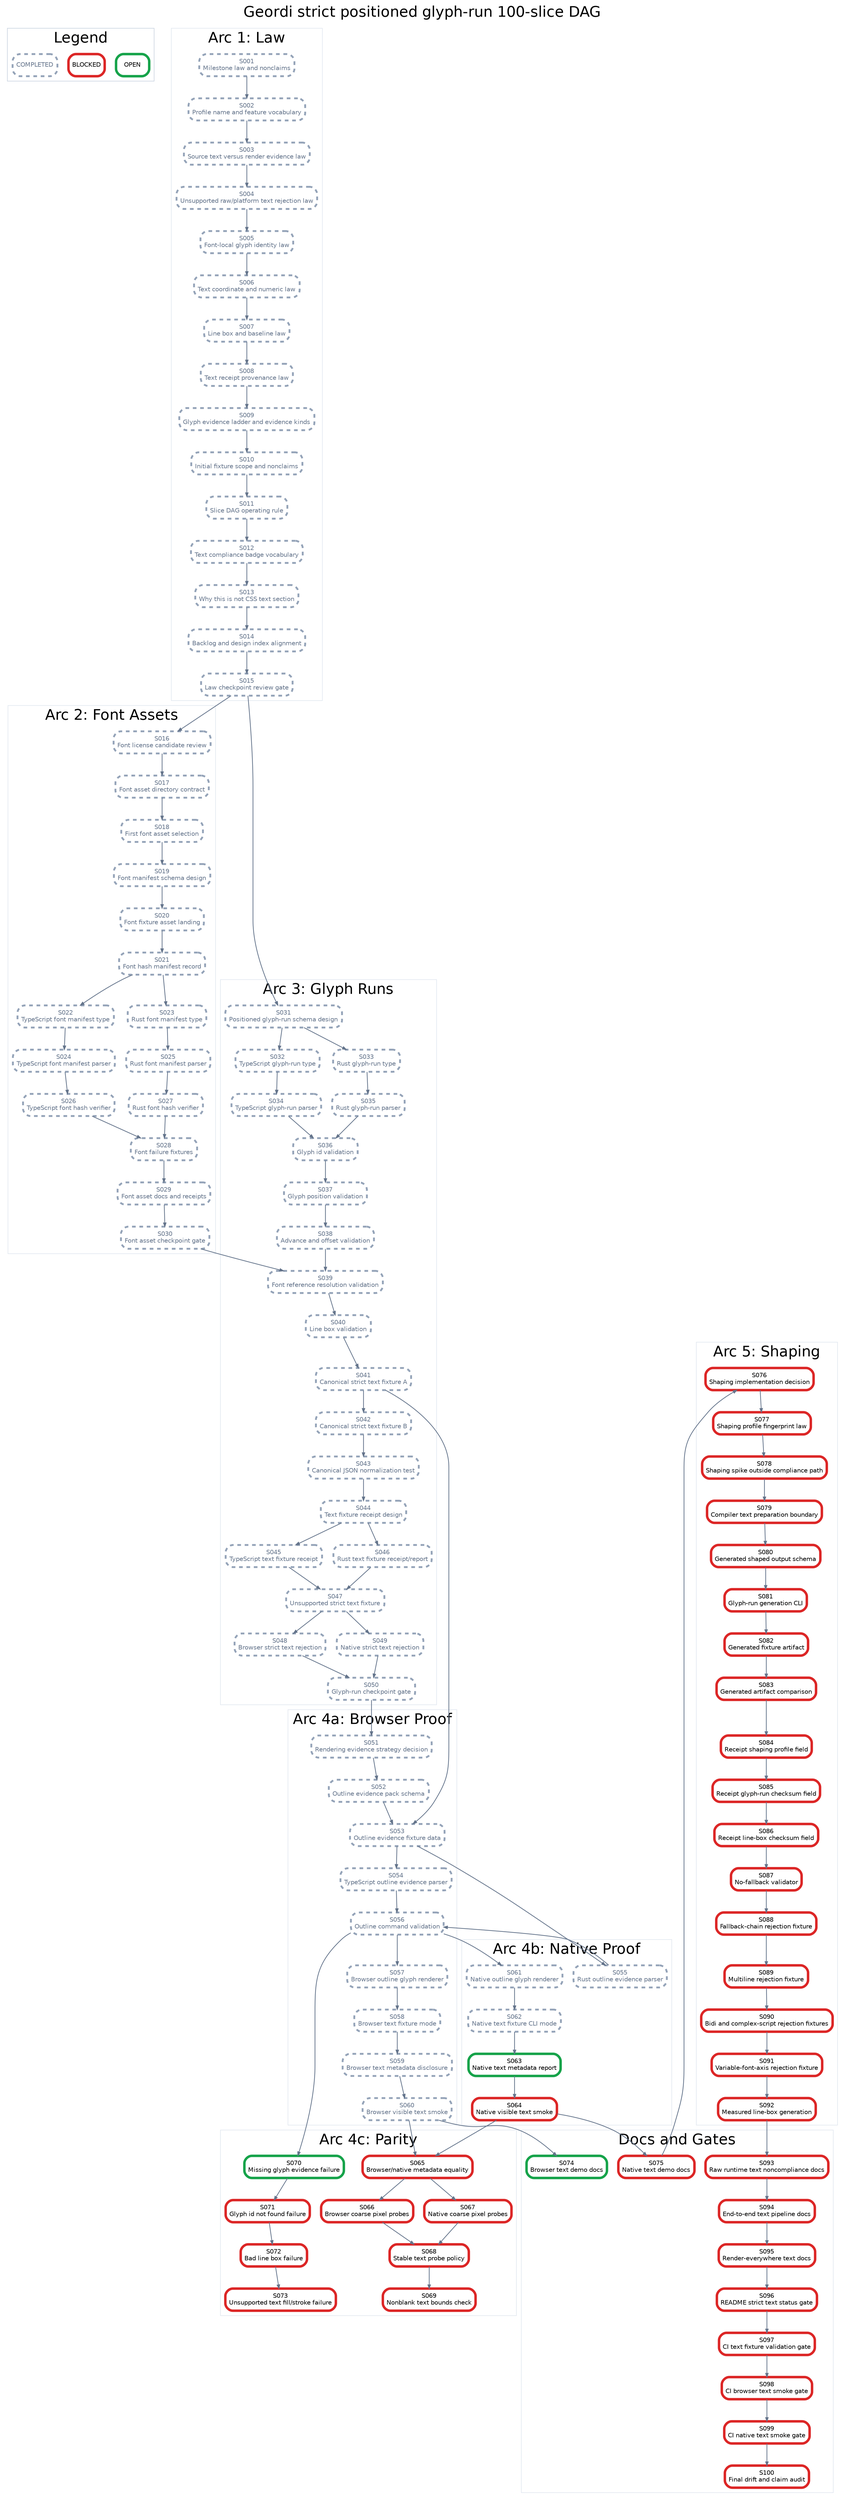
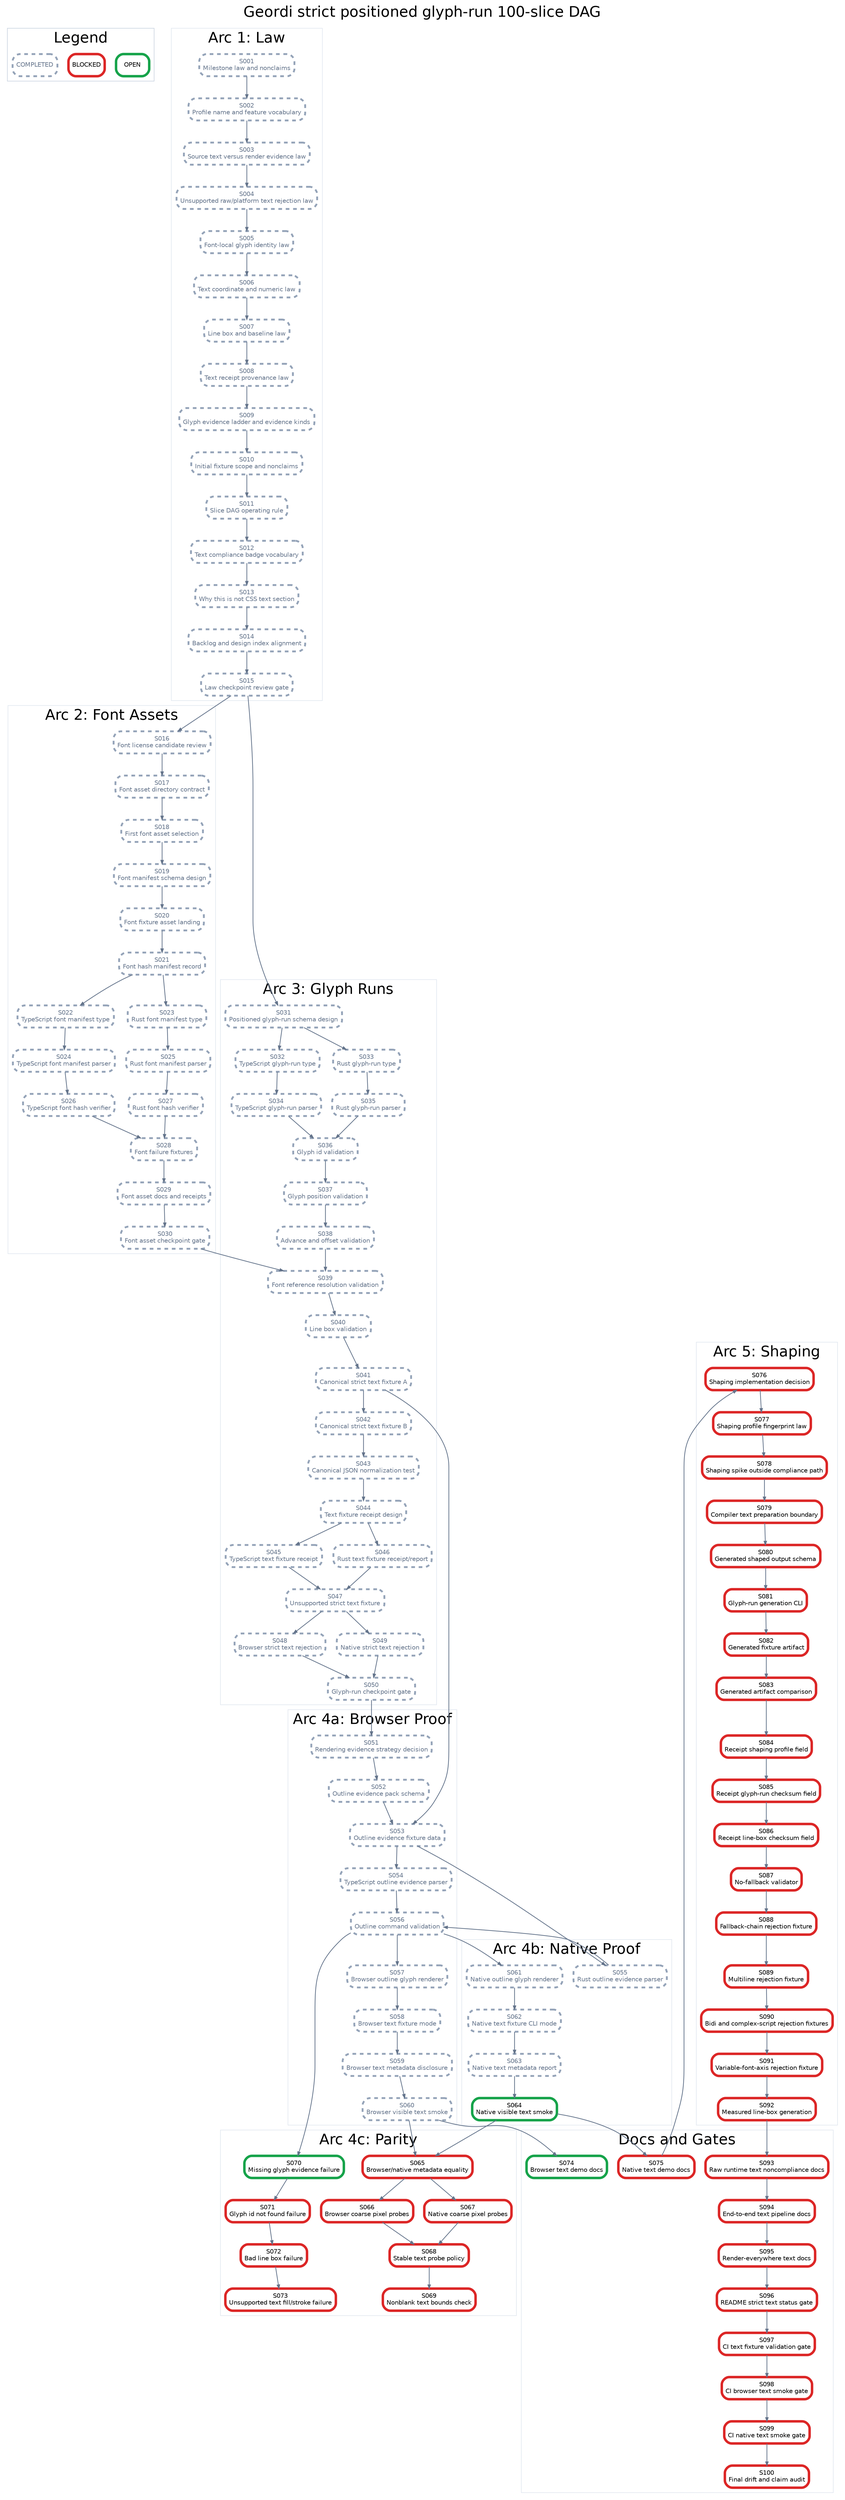
digraph StrictPositionedGlyphRunPlan {
  graph [rankdir=TB, bgcolor="white", fontname="Helvetica", label="Geordi strict positioned glyph-run 100-slice DAG", labelloc="t", fontsize=24];
  node [shape=box, style="rounded,filled", fillcolor="white", fontname="Helvetica", fontsize=10, margin="0.08,0.05"];
  edge [color="#64748b", arrowsize=0.6, penwidth=1.2];

  subgraph cluster_legend {
    label="Legend";
    color="#cbd5e1";
    legend_open [label="OPEN", color="#16a34a", penwidth=4];
    legend_blocked [label="BLOCKED", color="#dc2626", penwidth=4];
    legend_done [label="COMPLETED", color="#94a3b8", penwidth=3, style="rounded,filled,dashed", fontcolor="#64748b"];
  }

  subgraph cluster_law {
    label="Arc 1: Law";
    color="#e2e8f0";
    S001 [label="S001\nMilestone law and nonclaims", color="#94a3b8", penwidth=3, style="rounded,filled,dashed", fontcolor="#64748b"];
    S002 [label="S002\nProfile name and feature vocabulary", color="#94a3b8", penwidth=3, style="rounded,filled,dashed", fontcolor="#64748b"];
    S003 [label="S003\nSource text versus render evidence law", color="#94a3b8", penwidth=3, style="rounded,filled,dashed", fontcolor="#64748b"];
    S004 [label="S004\nUnsupported raw/platform text rejection law", color="#94a3b8", penwidth=3, style="rounded,filled,dashed", fontcolor="#64748b"];
    S005 [label="S005\nFont-local glyph identity law", color="#94a3b8", penwidth=3, style="rounded,filled,dashed", fontcolor="#64748b"];
    S006 [label="S006\nText coordinate and numeric law", color="#94a3b8", penwidth=3, style="rounded,filled,dashed", fontcolor="#64748b"];
    S007 [label="S007\nLine box and baseline law", color="#94a3b8", penwidth=3, style="rounded,filled,dashed", fontcolor="#64748b"];
    S008 [label="S008\nText receipt provenance law", color="#94a3b8", penwidth=3, style="rounded,filled,dashed", fontcolor="#64748b"];
    S009 [label="S009\nGlyph evidence ladder and evidence kinds", color="#94a3b8", penwidth=3, style="rounded,filled,dashed", fontcolor="#64748b"];
    S010 [label="S010\nInitial fixture scope and nonclaims", color="#94a3b8", penwidth=3, style="rounded,filled,dashed", fontcolor="#64748b"];
    S011 [label="S011\nSlice DAG operating rule", color="#94a3b8", penwidth=3, style="rounded,filled,dashed", fontcolor="#64748b"];
    S012 [label="S012\nText compliance badge vocabulary", color="#94a3b8", penwidth=3, style="rounded,filled,dashed", fontcolor="#64748b"];
    S013 [label="S013\nWhy this is not CSS text section", color="#94a3b8", penwidth=3, style="rounded,filled,dashed", fontcolor="#64748b"];
    S014 [label="S014\nBacklog and design index alignment", color="#94a3b8", penwidth=3, style="rounded,filled,dashed", fontcolor="#64748b"];
    S015 [label="S015\nLaw checkpoint review gate", color="#94a3b8", penwidth=3, style="rounded,filled,dashed", fontcolor="#64748b"];
  }

  subgraph cluster_assets {
    label="Arc 2: Font Assets";
    color="#e2e8f0";
    S016 [label="S016\nFont license candidate review", color="#94a3b8", penwidth=3, style="rounded,filled,dashed", fontcolor="#64748b"];
    S017 [label="S017\nFont asset directory contract", color="#94a3b8", penwidth=3, style="rounded,filled,dashed", fontcolor="#64748b"];
    S018 [label="S018\nFirst font asset selection", color="#94a3b8", penwidth=3, style="rounded,filled,dashed", fontcolor="#64748b"];
    S019 [label="S019\nFont manifest schema design", color="#94a3b8", penwidth=3, style="rounded,filled,dashed", fontcolor="#64748b"];
    S020 [label="S020\nFont fixture asset landing", color="#94a3b8", penwidth=3, style="rounded,filled,dashed", fontcolor="#64748b"];
    S021 [label="S021\nFont hash manifest record", color="#94a3b8", penwidth=3, style="rounded,filled,dashed", fontcolor="#64748b"];
    S022 [label="S022\nTypeScript font manifest type", color="#94a3b8", penwidth=3, style="rounded,filled,dashed", fontcolor="#64748b"];
    S023 [label="S023\nRust font manifest type", color="#94a3b8", penwidth=3, style="rounded,filled,dashed", fontcolor="#64748b"];
    S024 [label="S024\nTypeScript font manifest parser", color="#94a3b8", penwidth=3, style="rounded,filled,dashed", fontcolor="#64748b"];
    S025 [label="S025\nRust font manifest parser", color="#94a3b8", penwidth=3, style="rounded,filled,dashed", fontcolor="#64748b"];
    S026 [label="S026\nTypeScript font hash verifier", color="#94a3b8", penwidth=3, style="rounded,filled,dashed", fontcolor="#64748b"];
    S027 [label="S027\nRust font hash verifier", color="#94a3b8", penwidth=3, style="rounded,filled,dashed", fontcolor="#64748b"];
    S028 [label="S028\nFont failure fixtures", color="#94a3b8", penwidth=3, style="rounded,filled,dashed", fontcolor="#64748b"];
    S029 [label="S029\nFont asset docs and receipts", color="#94a3b8", penwidth=3, style="rounded,filled,dashed", fontcolor="#64748b"];
    S030 [label="S030\nFont asset checkpoint gate", color="#94a3b8", penwidth=3, style="rounded,filled,dashed", fontcolor="#64748b"];
  }

  subgraph cluster_glyph {
    label="Arc 3: Glyph Runs";
    color="#e2e8f0";
    S031 [label="S031\nPositioned glyph-run schema design", color="#94a3b8", penwidth=3, style="rounded,filled,dashed", fontcolor="#64748b"];
    S032 [label="S032\nTypeScript glyph-run type", color="#94a3b8", penwidth=3, style="rounded,filled,dashed", fontcolor="#64748b"];
    S033 [label="S033\nRust glyph-run type", color="#94a3b8", penwidth=3, style="rounded,filled,dashed", fontcolor="#64748b"];
    S034 [label="S034\nTypeScript glyph-run parser", color="#94a3b8", penwidth=3, style="rounded,filled,dashed", fontcolor="#64748b"];
    S035 [label="S035\nRust glyph-run parser", color="#94a3b8", penwidth=3, style="rounded,filled,dashed", fontcolor="#64748b"];
    S036 [label="S036\nGlyph id validation", color="#94a3b8", penwidth=3, style="rounded,filled,dashed", fontcolor="#64748b"];
    S037 [label="S037\nGlyph position validation", color="#94a3b8", penwidth=3, style="rounded,filled,dashed", fontcolor="#64748b"];
    S038 [label="S038\nAdvance and offset validation", color="#94a3b8", penwidth=3, style="rounded,filled,dashed", fontcolor="#64748b"];
    S039 [label="S039\nFont reference resolution validation", color="#94a3b8", penwidth=3, style="rounded,filled,dashed", fontcolor="#64748b"];
    S040 [label="S040\nLine box validation", color="#94a3b8", penwidth=3, style="rounded,filled,dashed", fontcolor="#64748b"];
    S041 [label="S041\nCanonical strict text fixture A", color="#94a3b8", penwidth=3, style="rounded,filled,dashed", fontcolor="#64748b"];
    S042 [label="S042\nCanonical strict text fixture B", color="#94a3b8", penwidth=3, style="rounded,filled,dashed", fontcolor="#64748b"];
    S043 [label="S043\nCanonical JSON normalization test", color="#94a3b8", penwidth=3, style="rounded,filled,dashed", fontcolor="#64748b"];
    S044 [label="S044\nText fixture receipt design", color="#94a3b8", penwidth=3, style="rounded,filled,dashed", fontcolor="#64748b"];
    S045 [label="S045\nTypeScript text fixture receipt", color="#94a3b8", penwidth=3, style="rounded,filled,dashed", fontcolor="#64748b"];
    S046 [label="S046\nRust text fixture receipt/report", color="#94a3b8", penwidth=3, style="rounded,filled,dashed", fontcolor="#64748b"];
    S047 [label="S047\nUnsupported strict text fixture", color="#94a3b8", penwidth=3, style="rounded,filled,dashed", fontcolor="#64748b"];
    S048 [label="S048\nBrowser strict text rejection", color="#94a3b8", penwidth=3, style="rounded,filled,dashed", fontcolor="#64748b"];
    S049 [label="S049\nNative strict text rejection", color="#94a3b8", penwidth=3, style="rounded,filled,dashed", fontcolor="#64748b"];
    S050 [label="S050\nGlyph-run checkpoint gate", color="#94a3b8", penwidth=3, style="rounded,filled,dashed", fontcolor="#64748b"];
  }

  subgraph cluster_browser {
    label="Arc 4a: Browser Proof";
    color="#e2e8f0";
    S051 [label="S051\nRendering evidence strategy decision", color="#94a3b8", penwidth=3, style="rounded,filled,dashed", fontcolor="#64748b"];
    S052 [label="S052\nOutline evidence pack schema", color="#94a3b8", penwidth=3, style="rounded,filled,dashed", fontcolor="#64748b"];
    S053 [label="S053\nOutline evidence fixture data", color="#94a3b8", penwidth=3, style="rounded,filled,dashed", fontcolor="#64748b"];
    S054 [label="S054\nTypeScript outline evidence parser", color="#94a3b8", penwidth=3, style="rounded,filled,dashed", fontcolor="#64748b"];
    S056 [label="S056\nOutline command validation", color="#94a3b8", penwidth=3, style="rounded,filled,dashed", fontcolor="#64748b"];
    S057 [label="S057\nBrowser outline glyph renderer", color="#94a3b8", penwidth=3, style="rounded,filled,dashed", fontcolor="#64748b"];
    S058 [label="S058\nBrowser text fixture mode", color="#94a3b8", penwidth=3, style="rounded,filled,dashed", fontcolor="#64748b"];
    S059 [label="S059\nBrowser text metadata disclosure", color="#94a3b8", penwidth=3, style="rounded,filled,dashed", fontcolor="#64748b"];
    S060 [label="S060\nBrowser visible text smoke", color="#94a3b8", penwidth=3, style="rounded,filled,dashed", fontcolor="#64748b"];
  }

  subgraph cluster_native {
    label="Arc 4b: Native Proof";
    color="#e2e8f0";
    S055 [label="S055\nRust outline evidence parser", color="#94a3b8", penwidth=3, style="rounded,filled,dashed", fontcolor="#64748b"];
    S061 [label="S061\nNative outline glyph renderer", color="#94a3b8", penwidth=3, style="rounded,filled,dashed", fontcolor="#64748b"];
    S062 [label="S062\nNative text fixture CLI mode", color="#94a3b8", penwidth=3, style="rounded,filled,dashed", fontcolor="#64748b"];
-     S063 [label="S063\nNative text metadata report", color="#16a34a", penwidth=4];
-     S064 [label="S064\nNative visible text smoke", color="#dc2626", penwidth=4];
+     S063 [label="S063\nNative text metadata report", color="#94a3b8", penwidth=3, style="rounded,filled,dashed", fontcolor="#64748b"];
+     S064 [label="S064\nNative visible text smoke", color="#16a34a", penwidth=4];
  }

  subgraph cluster_parity {
    label="Arc 4c: Parity";
    color="#e2e8f0";
    S065 [label="S065\nBrowser/native metadata equality", color="#dc2626", penwidth=4];
    S066 [label="S066\nBrowser coarse pixel probes", color="#dc2626", penwidth=4];
    S067 [label="S067\nNative coarse pixel probes", color="#dc2626", penwidth=4];
    S068 [label="S068\nStable text probe policy", color="#dc2626", penwidth=4];
    S069 [label="S069\nNonblank text bounds check", color="#dc2626", penwidth=4];
    S070 [label="S070\nMissing glyph evidence failure", color="#16a34a", penwidth=4];
    S071 [label="S071\nGlyph id not found failure", color="#dc2626", penwidth=4];
    S072 [label="S072\nBad line box failure", color="#dc2626", penwidth=4];
    S073 [label="S073\nUnsupported text fill/stroke failure", color="#dc2626", penwidth=4];
  }

  subgraph cluster_shaping {
    label="Arc 5: Shaping";
    color="#e2e8f0";
    S076 [label="S076\nShaping implementation decision", color="#dc2626", penwidth=4];
    S077 [label="S077\nShaping profile fingerprint law", color="#dc2626", penwidth=4];
    S078 [label="S078\nShaping spike outside compliance path", color="#dc2626", penwidth=4];
    S079 [label="S079\nCompiler text preparation boundary", color="#dc2626", penwidth=4];
    S080 [label="S080\nGenerated shaped output schema", color="#dc2626", penwidth=4];
    S081 [label="S081\nGlyph-run generation CLI", color="#dc2626", penwidth=4];
    S082 [label="S082\nGenerated fixture artifact", color="#dc2626", penwidth=4];
    S083 [label="S083\nGenerated artifact comparison", color="#dc2626", penwidth=4];
    S084 [label="S084\nReceipt shaping profile field", color="#dc2626", penwidth=4];
    S085 [label="S085\nReceipt glyph-run checksum field", color="#dc2626", penwidth=4];
    S086 [label="S086\nReceipt line-box checksum field", color="#dc2626", penwidth=4];
    S087 [label="S087\nNo-fallback validator", color="#dc2626", penwidth=4];
    S088 [label="S088\nFallback-chain rejection fixture", color="#dc2626", penwidth=4];
    S089 [label="S089\nMultiline rejection fixture", color="#dc2626", penwidth=4];
    S090 [label="S090\nBidi and complex-script rejection fixtures", color="#dc2626", penwidth=4];
    S091 [label="S091\nVariable-font-axis rejection fixture", color="#dc2626", penwidth=4];
    S092 [label="S092\nMeasured line-box generation", color="#dc2626", penwidth=4];
  }

  subgraph cluster_docs {
    label="Docs and Gates";
    color="#e2e8f0";
    S074 [label="S074\nBrowser text demo docs", color="#16a34a", penwidth=4];
    S075 [label="S075\nNative text demo docs", color="#dc2626", penwidth=4];
    S093 [label="S093\nRaw runtime text noncompliance docs", color="#dc2626", penwidth=4];
    S094 [label="S094\nEnd-to-end text pipeline docs", color="#dc2626", penwidth=4];
    S095 [label="S095\nRender-everywhere text docs", color="#dc2626", penwidth=4];
    S096 [label="S096\nREADME strict text status gate", color="#dc2626", penwidth=4];
    S097 [label="S097\nCI text fixture validation gate", color="#dc2626", penwidth=4];
    S098 [label="S098\nCI browser text smoke gate", color="#dc2626", penwidth=4];
    S099 [label="S099\nCI native text smoke gate", color="#dc2626", penwidth=4];
    S100 [label="S100\nFinal drift and claim audit", color="#dc2626", penwidth=4];
  }

  S001 -> S002;
  S002 -> S003;
  S003 -> S004;
  S004 -> S005;
  S005 -> S006;
  S006 -> S007;
  S007 -> S008;
  S008 -> S009;
  S009 -> S010;
  S010 -> S011;
  S011 -> S012;
  S012 -> S013;
  S013 -> S014;
  S014 -> S015;
  S015 -> S016;
  S016 -> S017;
  S017 -> S018;
  S018 -> S019;
  S019 -> S020;
  S020 -> S021;
  S021 -> S022;
  S021 -> S023;
  S022 -> S024;
  S023 -> S025;
  S024 -> S026;
  S025 -> S027;
  S026 -> S028;
  S027 -> S028;
  S028 -> S029;
  S029 -> S030;
  S015 -> S031;
  S031 -> S032;
  S031 -> S033;
  S032 -> S034;
  S033 -> S035;
  S034 -> S036;
  S035 -> S036;
  S036 -> S037;
  S037 -> S038;
  S038 -> S039;
  S039 -> S040;
  S030 -> S039;
  S040 -> S041;
  S041 -> S042;
  S042 -> S043;
  S043 -> S044;
  S044 -> S045;
  S044 -> S046;
  S045 -> S047;
  S046 -> S047;
  S047 -> S048;
  S047 -> S049;
  S048 -> S050;
  S049 -> S050;
  S050 -> S051;
  S051 -> S052;
  S052 -> S053;
  S041 -> S053;
  S053 -> S054;
  S053 -> S055;
  S054 -> S056;
  S055 -> S056;
  S056 -> S057;
  S057 -> S058;
  S058 -> S059;
  S059 -> S060;
  S056 -> S061;
  S061 -> S062;
  S062 -> S063;
  S063 -> S064;
  S060 -> S065;
  S064 -> S065;
  S065 -> S066;
  S065 -> S067;
  S066 -> S068;
  S067 -> S068;
  S068 -> S069;
  S056 -> S070;
  S070 -> S071;
  S071 -> S072;
  S072 -> S073;
  S060 -> S074;
  S064 -> S075;
  S075 -> S076;
  S076 -> S077;
  S077 -> S078;
  S078 -> S079;
  S079 -> S080;
  S080 -> S081;
  S081 -> S082;
  S082 -> S083;
  S083 -> S084;
  S084 -> S085;
  S085 -> S086;
  S086 -> S087;
  S087 -> S088;
  S088 -> S089;
  S089 -> S090;
  S090 -> S091;
  S091 -> S092;
  S092 -> S093;
  S093 -> S094;
  S094 -> S095;
  S095 -> S096;
  S096 -> S097;
  S097 -> S098;
  S098 -> S099;
  S099 -> S100;
}
